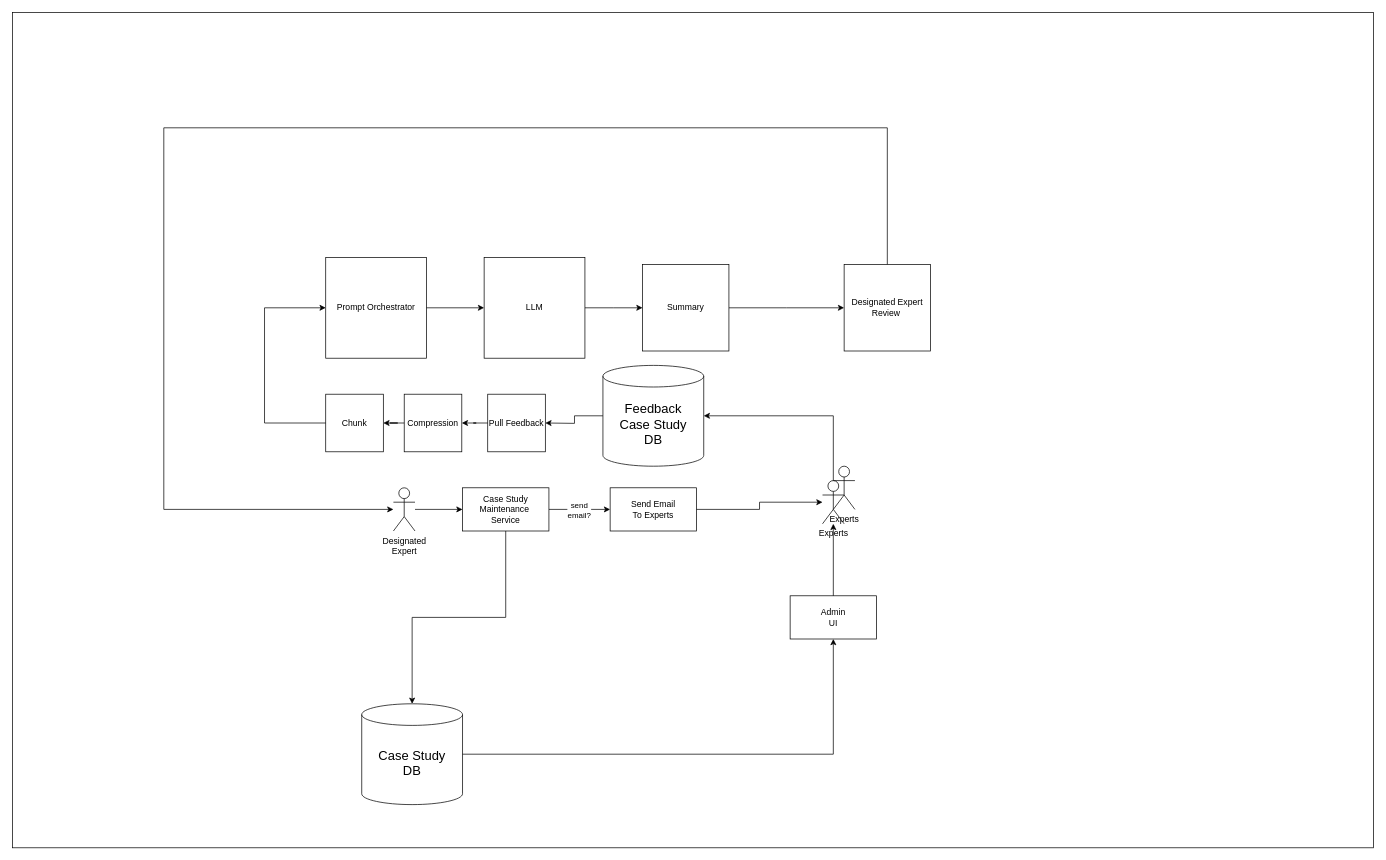
Earlier version of the draw.io diagram diagrams/admin-case-study-feedback-ai.drawio (mmat1/skynet-ai-2025). Source tidied: cells renumbered, new cells numbered last; positions are measured from the earlier drawing's top-left corner, leaving out a move shared by most shapes. Both pictures are drawn from the tidied source at 72%, with x=0, y=0 at pixel (12, 12).
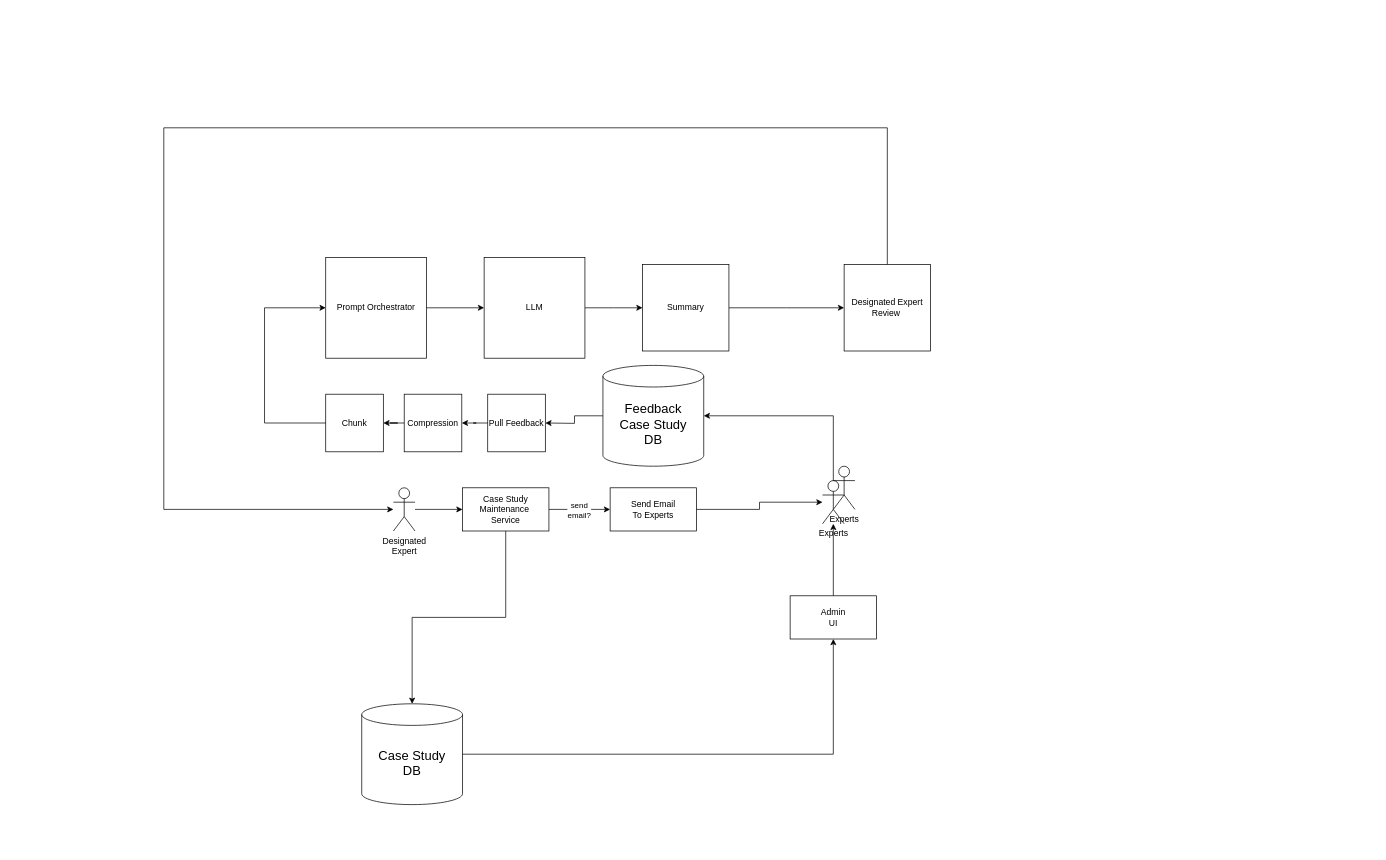
Above is the later version.

Change to the diagram source:
```diff
@@
-    <mxCell id="2" style="rounded=0;whiteSpace=wrap;html=1;" parent="1" vertex="1">
-      <mxGeometry width="1890" height="1160" as="geometry" />
-    </mxCell>
```
